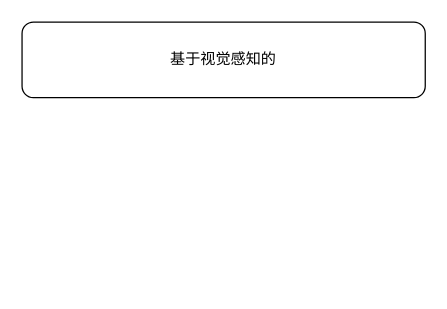
Earlier version of the draw.io diagram Untitled Diagram.drawio (hanlinwu/hanlinwu.github.io). Source tidied: cells renumbered, new cells numbered last; positions are measured from the earlier drawing's top-left corner, leaving out a move shared by most shapes. Both pictures are drawn from the tidied source at 126%, with x=0, y=0 at pixel (21, 21).
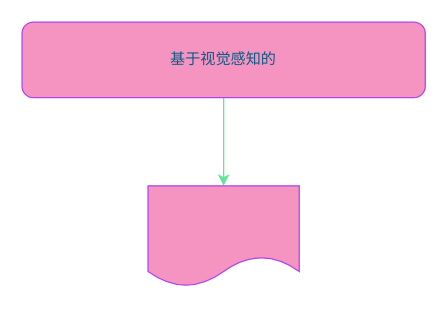
The same diagram, later.

Change to the diagram source:
```diff
@@
 <mxGraphModel>
   <root>
     <mxCell id="0" />
     <mxCell id="1" parent="0" />
+    <mxCell id="3" style="edgeStyle=orthogonalEdgeStyle;jettySize=auto;html=1;fontColor=#095C86;strokeColor=#60E696;fillColor=#F694C1;" parent="1" edge="1" source="2" target="4">
+      <mxGeometry relative="1" as="geometry" />
+    </mxCell>
-    <mxCell id="2" value="基于视觉感知的" style="rounded=1;whiteSpace=wrap;html=1;" parent="1" vertex="1">
+    <mxCell id="2" value="基于视觉感知的" style="whiteSpace=wrap;html=1;fillColor=#F694C1;strokeColor=#AF45ED;fontColor=#095C86;rounded=1;" parent="1" vertex="1">
       <mxGeometry width="320" height="60" as="geometry" />
     </mxCell>
+    <mxCell id="4" style="shape=document;whiteSpace=wrap;html=1;boundedLbl=1;fontColor=#095C86;strokeColor=#AF45ED;fillColor=#F694C1;rounded=1;" parent="1" vertex="1">
+      <mxGeometry x="100" y="130" width="120" height="80" as="geometry" />
+    </mxCell>
   </root>
 </mxGraphModel>
```
